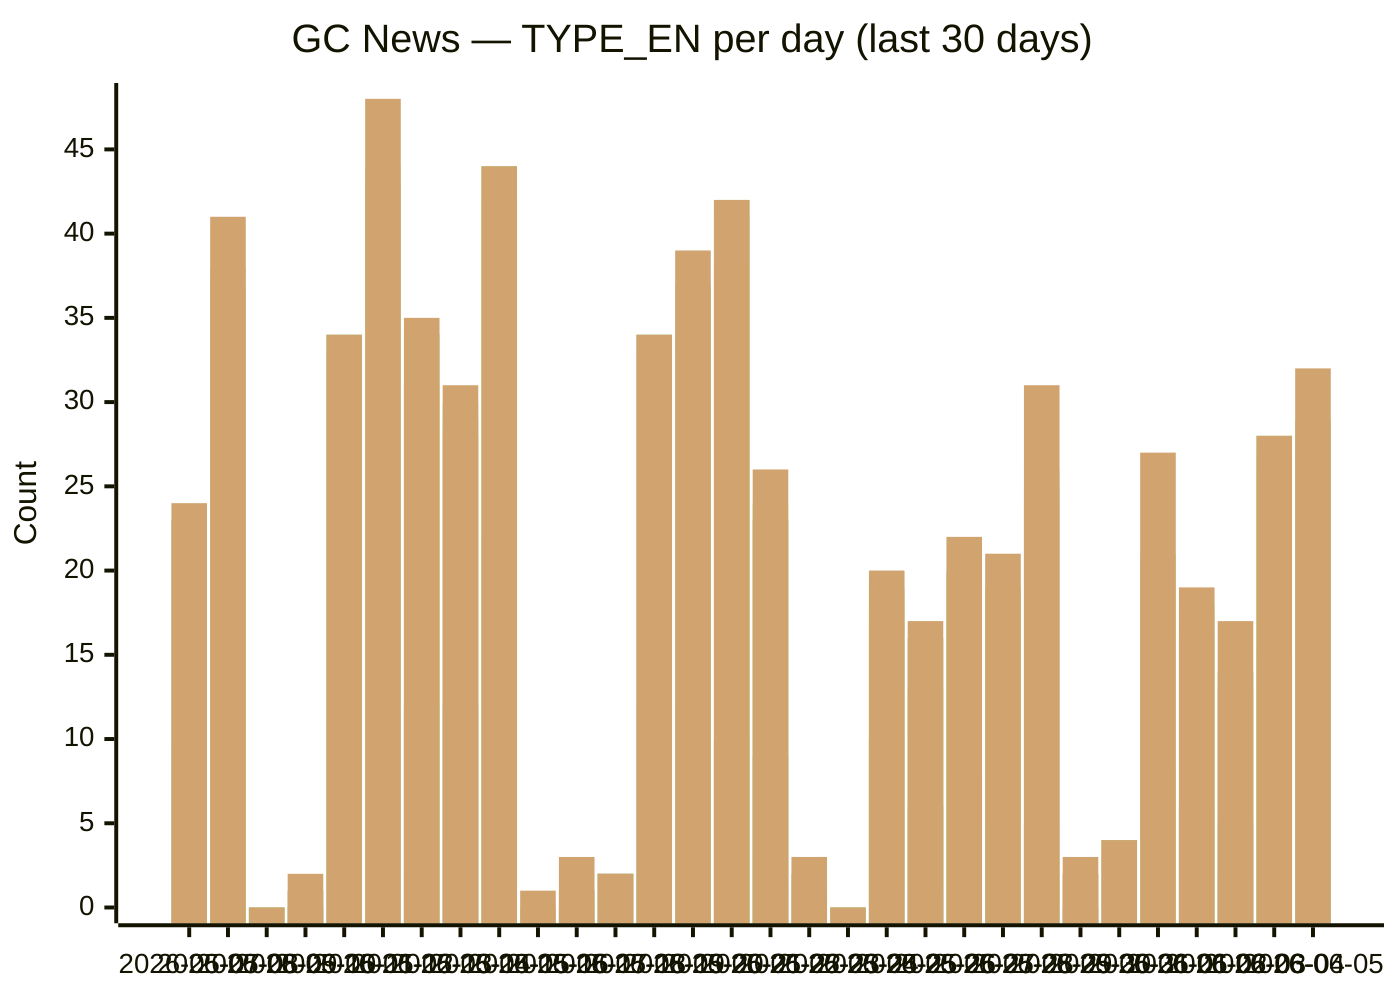
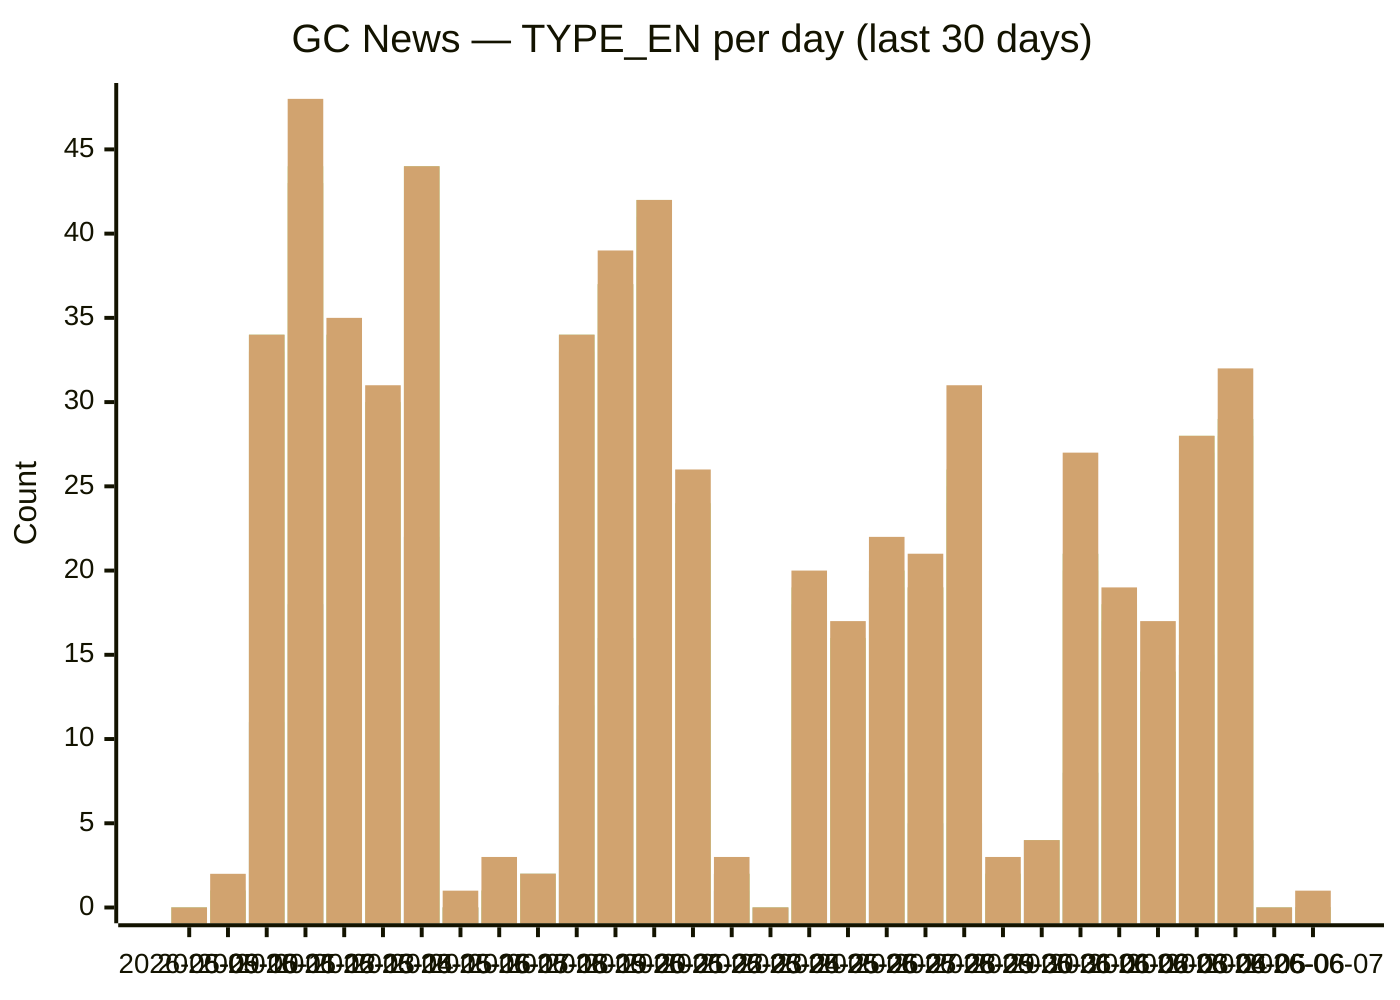
xychart-beta
  title "GC News — TYPE_EN per day (last 30 days)"
-   x-axis [2026-05-07, 2026-05-08, 2026-05-09, 2026-05-10, 2026-05-11, 2026-05-12, 2026-05-13, 2026-05-14, 2026-05-15, 2026-05-16, 2026-05-17, 2026-05-18, 2026-05-19, 2026-05-20, 2026-05-21, 2026-05-22, 2026-05-23, 2026-05-24, 2026-05-25, 2026-05-26, 2026-05-27, 2026-05-28, 2026-05-29, 2026-05-30, 2026-05-31, 2026-06-01, 2026-06-02, 2026-06-03, 2026-06-04, 2026-06-05]
+   x-axis [2026-05-09, 2026-05-10, 2026-05-11, 2026-05-12, 2026-05-13, 2026-05-14, 2026-05-15, 2026-05-16, 2026-05-17, 2026-05-18, 2026-05-19, 2026-05-20, 2026-05-21, 2026-05-22, 2026-05-23, 2026-05-24, 2026-05-25, 2026-05-26, 2026-05-27, 2026-05-28, 2026-05-29, 2026-05-30, 2026-05-31, 2026-06-01, 2026-06-02, 2026-06-03, 2026-06-04, 2026-06-05, 2026-06-06, 2026-06-07]
  y-axis "Count" 0 --> 48
-   bar backgrounders [0, 5, 0, 0, 2, 6, 2, 4, 5, 0, 0, 0, 1, 1, 3, 3, 0, 0, 6, 1, 4, 1, 1, 0, 0, 5, 2, 2, 2, 0]
-   bar "media advisories" [10, 21, 0, 0, 11, 18, 12, 12, 22, 0, 0, 2, 12, 16, 10, 9, 1, 0, 10, 6, 8, 5, 5, 0, 4, 8, 6, 5, 15, 4]
-   bar "news releases" [23, 37, 0, 1, 33, 43, 31, 28, 42, 0, 1, 2, 33, 37, 38, 23, 2, 0, 17, 13, 19, 19, 24, 2, 4, 20, 16, 13, 26, 28]
-   bar readouts [23, 37, 0, 1, 34, 43, 34, 29, 44, 0, 1, 2, 34, 37, 41, 23, 2, 0, 18, 16, 20, 19, 25, 2, 4, 21, 17, 14, 27, 29]
-   bar speeches [23, 38, 0, 1, 34, 44, 34, 30, 44, 0, 1, 2, 34, 37, 42, 24, 2, 0, 19, 16, 20, 19, 26, 2, 4, 21, 18, 14, 28, 29]
-   bar statements [24, 41, 0, 2, 34, 48, 35, 31, 44, 1, 3, 2, 34, 39, 42, 26, 3, 0, 20, 17, 22, 21, 31, 3, 4, 27, 19, 17, 28, 32]
+   bar backgrounders [0, 0, 2, 6, 2, 4, 5, 0, 0, 0, 1, 1, 3, 3, 0, 0, 6, 1, 4, 1, 1, 0, 0, 5, 2, 2, 2, 0, 0, 0]
+   bar "media advisories" [0, 0, 11, 18, 12, 12, 22, 0, 0, 2, 12, 16, 10, 9, 1, 0, 10, 6, 8, 5, 5, 0, 4, 8, 6, 5, 15, 4, 0, 0]
+   bar "news releases" [0, 1, 33, 43, 31, 28, 42, 0, 1, 2, 33, 37, 38, 23, 2, 0, 17, 13, 19, 19, 24, 2, 4, 20, 16, 13, 26, 28, 0, 0]
+   bar readouts [0, 1, 34, 43, 34, 29, 44, 0, 1, 2, 34, 37, 41, 23, 2, 0, 18, 16, 20, 19, 25, 2, 4, 21, 17, 14, 27, 29, 0, 0]
+   bar speeches [0, 1, 34, 44, 34, 30, 44, 0, 1, 2, 34, 37, 42, 24, 2, 0, 19, 16, 20, 19, 26, 2, 4, 21, 18, 14, 28, 29, 0, 0]
+   bar statements [0, 2, 34, 48, 35, 31, 44, 1, 3, 2, 34, 39, 42, 26, 3, 0, 20, 17, 22, 21, 31, 3, 4, 27, 19, 17, 28, 32, 0, 1]
